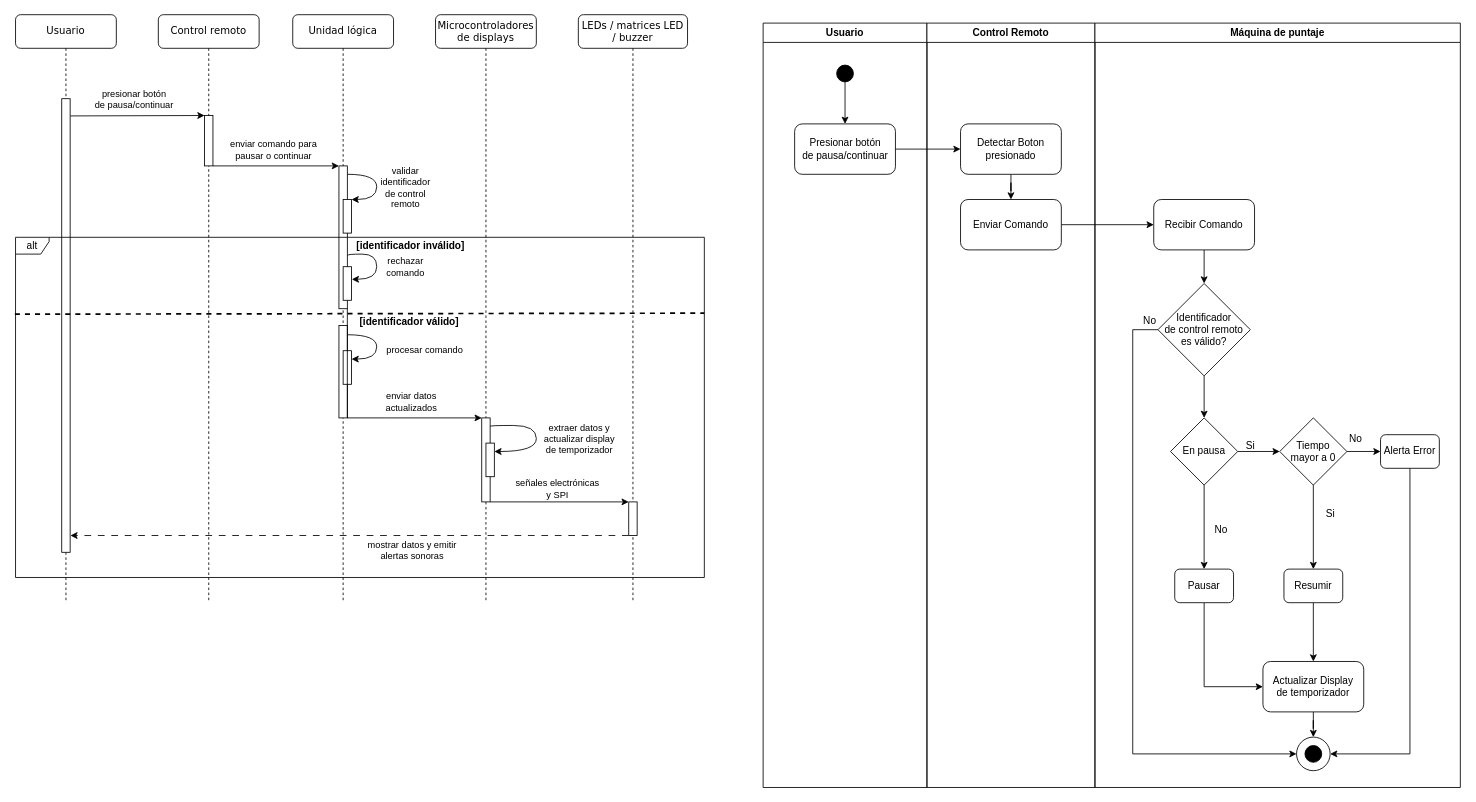
Above: Design/UML/Seq and Act/Machine/cm9-pause-continue.drawio in Diego-Hiriart/Capstone_Hiriart-Corales-Samaniego (draw.io), before the change. Source tidied: cells renumbered, new cells numbered last; positions are measured from the earlier drawing's top-left corner, leaving out a move shared by most shapes. Both pictures are drawn from the tidied source at 84%, with x=0, y=0 at pixel (15, 14).
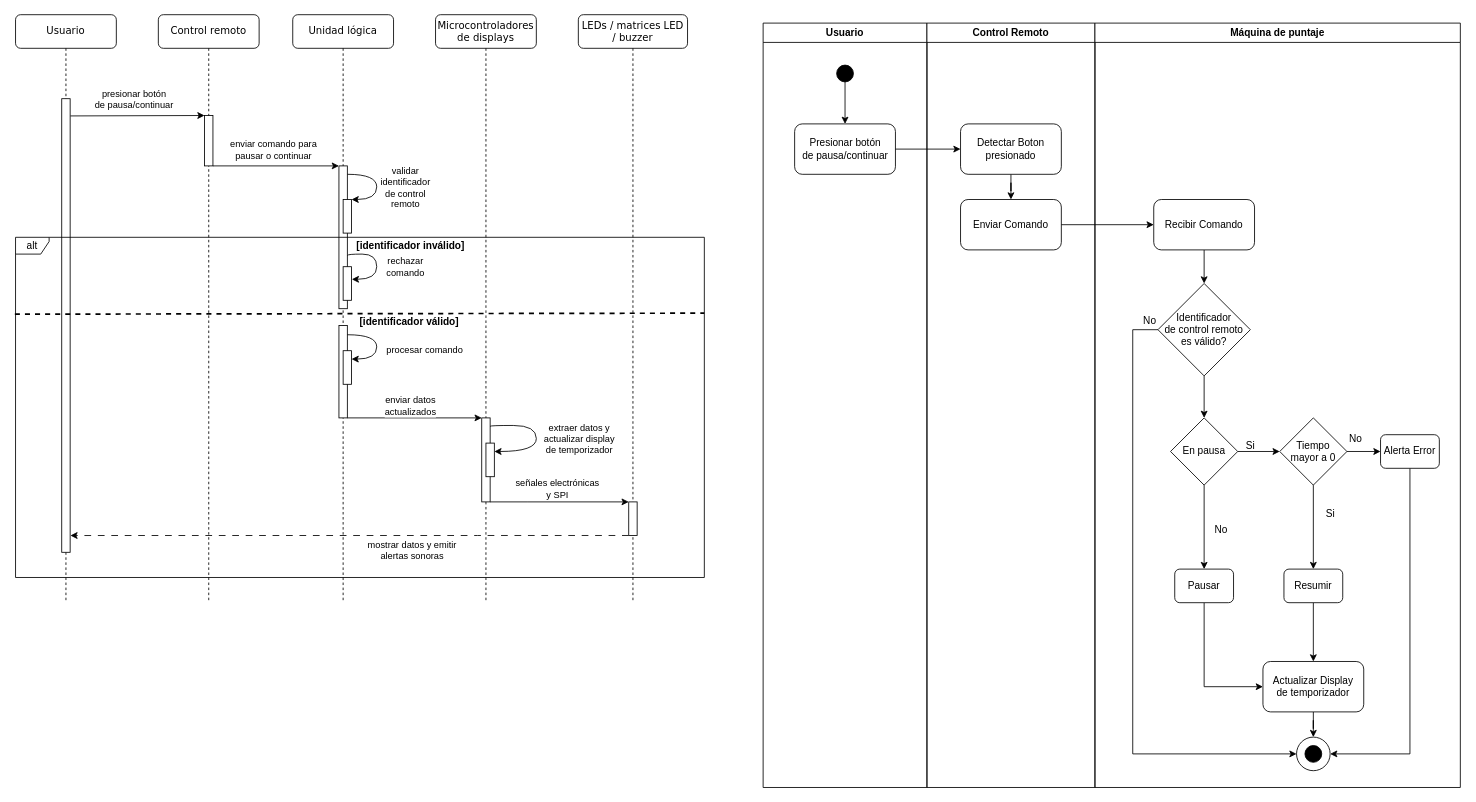
After the change.

Unchanged cells that the change refers to:
```xml
<mxCell id="15" style="rounded=0;whiteSpace=wrap;html=1;" parent="13" vertex="1">
  <mxGeometry x="55" y="180" width="10" height="170" as="geometry" />
</mxCell>
<mxCell id="38" style="rounded=0;whiteSpace=wrap;html=1;" parent="1" vertex="1">
  <mxGeometry x="555" y="480" width="10" height="100" as="geometry" />
</mxCell>
```

What changed in the source:
```diff
@@
-    <mxCell id="39" style="edgeStyle=orthogonalEdgeStyle;rounded=0;jettySize=auto;html=1;exitX=1;exitY=1;exitDx=0;exitDy=0;entryX=0;entryY=0;entryDx=0;entryDy=0;" parent="1" edge="1" source="15" target="38">
+    <mxCell id="39" style="edgeStyle=orthogonalEdgeStyle;rounded=0;jettySize=auto;html=1;entryX=0;entryY=0;entryDx=0;entryDy=0;" parent="1" edge="1" target="38">
       <mxGeometry relative="1" as="geometry">
+        <mxPoint x="395" y="480" as="sourcePoint" />
         <Array as="points">
           <mxPoint x="440" y="480" />
           <mxPoint x="440" y="480" />
         </Array>
       </mxGeometry>
     </mxCell>
     <mxCell id="40" value="enviar datos &lt;br&gt;actualizados" style="edgeLabel;html=1;align=center;verticalAlign=middle;" parent="39" vertex="1">
       <mxGeometry x="-0.1" relative="1" as="geometry">
-        <mxPoint x="74" y="-20" as="offset" />
+        <mxPoint x="2" y="-15" as="offset" />
       </mxGeometry>
     </mxCell>
```
